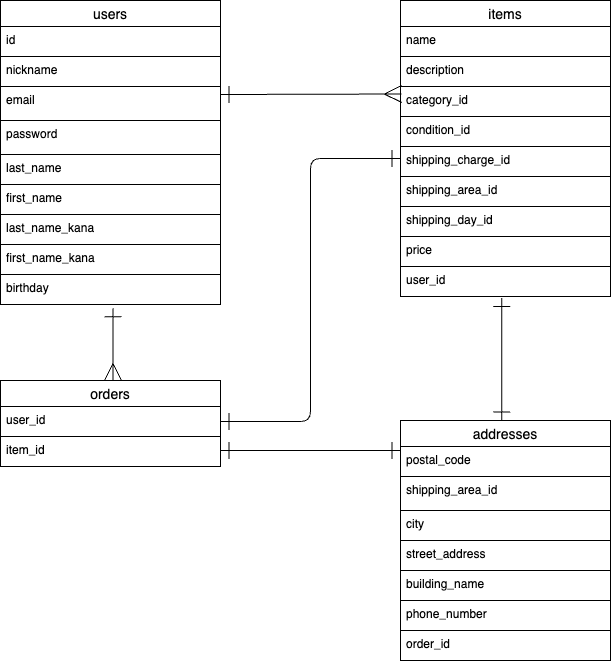
The draw.io diagram er.drawio.png in shokoron/furima-40129, before a commit. Source tidied: cells renumbered, new cells last; positions are measured from the earlier drawing's top-left corner, leaving out a move shared by most shapes.
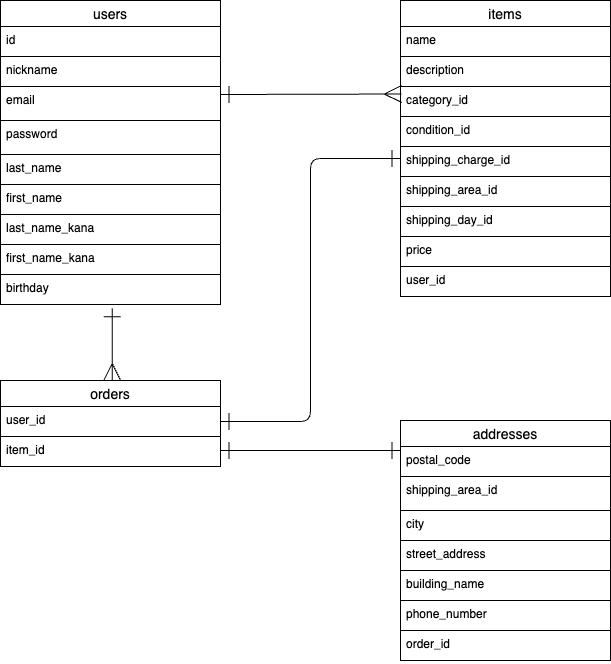
The same file after the commit.

Commit message:
修正しました。

ご確認の程よろしくお願いいたします。
ER図；https://i.gyazo.com/164f9477c3b45aac8d00f76ae7b96913.png

Change to the diagram source:
```diff
@@ -32,9 +32,6 @@
     <mxCell id="11" value="user_id" style="text;strokeColor=default;fillColor=none;spacingLeft=4;spacingRight=4;overflow=hidden;points=[[0,0.5],[1,0.5]];portConstraint=eastwest;fontSize=12;" parent="2" vertex="1">
       <mxGeometry y="266" width="210" height="30" as="geometry" />
     </mxCell>
-    <mxCell id="12" style="edgeStyle=elbowEdgeStyle;html=1;entryX=0.481;entryY=1.05;entryDx=0;entryDy=0;entryPerimeter=0;strokeColor=default;startArrow=ERone;startFill=0;endArrow=ERone;endFill=0;startSize=15;endSize=15;" parent="1" edge="1" source="13" target="11">
-      <mxGeometry relative="1" as="geometry" />
-    </mxCell>
     <mxCell id="13" value="addresses" style="swimlane;fontStyle=0;horizontal=1;startSize=26;align=center;fontSize=14;" parent="1" vertex="1">
       <mxGeometry x="400" y="420" width="210" height="240" as="geometry" />
     </mxCell>
```
